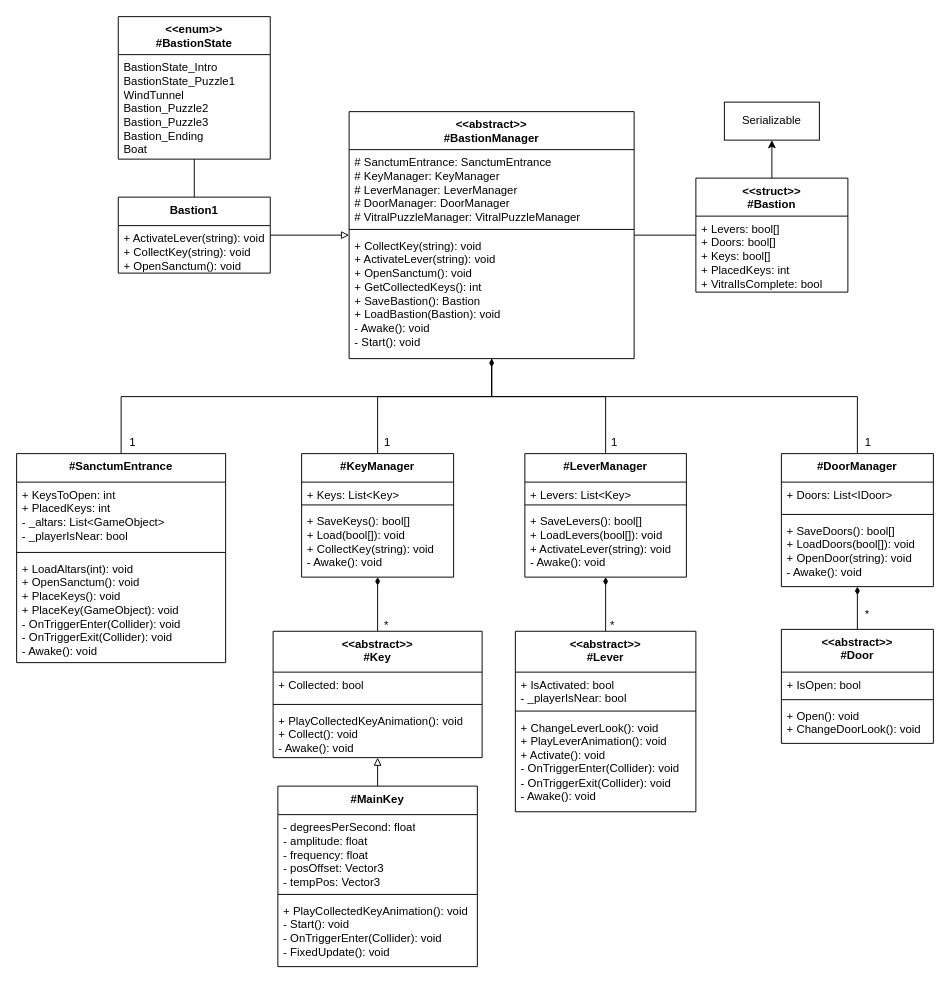
Above: page "Bastion" (2 of 4) of Assets/Scripts/UML - class diagram.drawio in NunoBaptista57/Winds-Of-Berkana (draw.io), before the change. Source tidied: cells renumbered, new cells numbered last; positions are measured from the earlier drawing's top-left corner, leaving out a move shared by most shapes. Both pictures are drawn from the tidied source at 95%, with x=0, y=0 at pixel (16, 16).
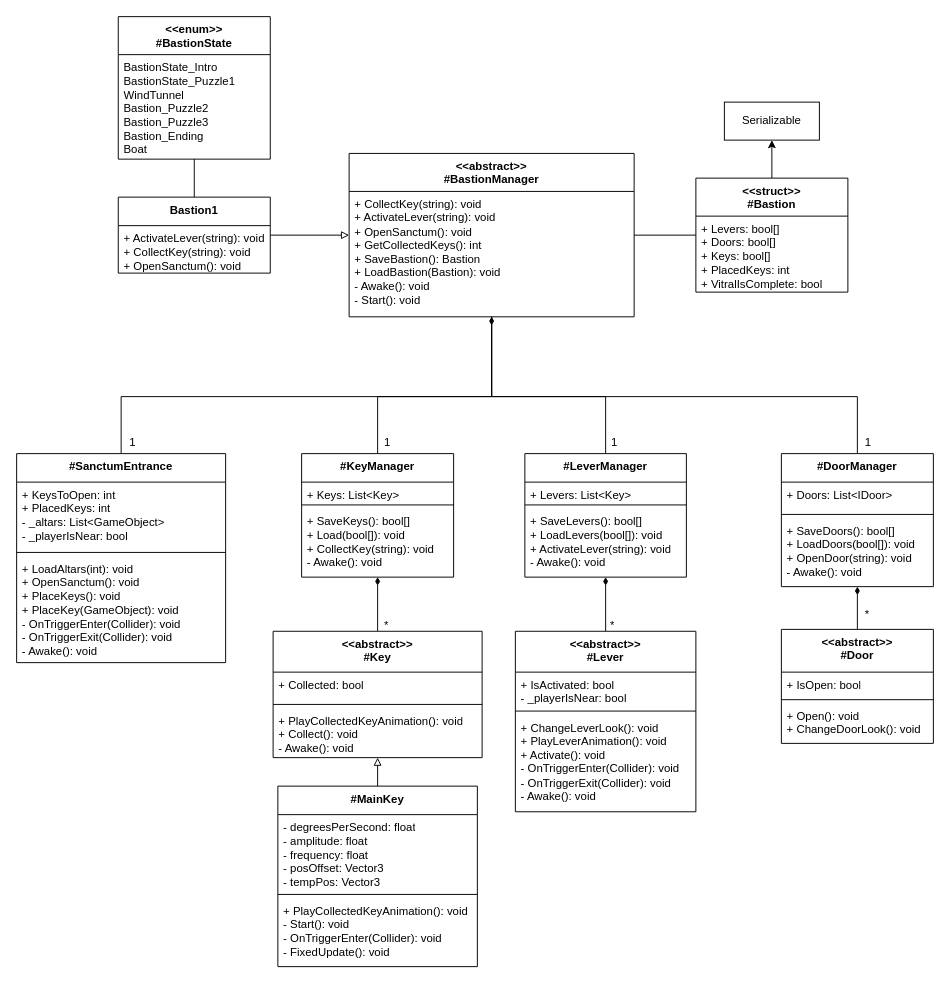
After the change.

What changed in the source:
```diff
@@
     <mxCell id="5" value="&amp;lt;&amp;lt;abstract&amp;gt;&amp;gt;&lt;br&gt;#BastionManager" style="swimlane;fontStyle=1;align=center;verticalAlign=top;horizontal=1;startSize=40;whiteSpace=wrap;html=1;rounded=0;" parent="1" vertex="1">
-      <mxGeometry x="350" y="100" width="300" height="260" as="geometry" />
+      <mxGeometry x="350" y="144" width="300" height="172" as="geometry" />
     </mxCell>
-    <mxCell id="6" value="# SanctumEntrance: SanctumEntrance&lt;br&gt;# KeyManager: KeyManager&lt;br&gt;# LeverManager: LeverManager&lt;br&gt;# DoorManager: DoorManager&lt;br&gt;# VitralPuzzleManager: VitralPuzzleManager" style="text;strokeColor=none;fillColor=none;align=left;verticalAlign=top;spacingLeft=4;spacingRight=4;overflow=hidden;whiteSpace=wrap;html=1;rounded=0;" parent="5" vertex="1">
-      <mxGeometry y="40" width="300" height="80" as="geometry" />
-    </mxCell>
-    <mxCell id="7" style="line;strokeWidth=1;fillColor=none;align=left;verticalAlign=middle;spacingTop=-1;spacingLeft=3;spacingRight=3;labelPosition=right;strokeColor=inherit;rounded=0;" parent="5" vertex="1">
-      <mxGeometry y="120" width="300" height="8" as="geometry" />
-    </mxCell>
     <mxCell id="8" value="+ CollectKey(string): void&lt;br&gt;+ ActivateLever(string): void&lt;br&gt;+ OpenSanctum(): void&lt;br&gt;+ GetCollectedKeys(): int&lt;br&gt;+ SaveBastion(): Bastion&lt;br&gt;+ LoadBastion(Bastion): void&lt;br&gt;- Awake(): void&lt;br&gt;- Start(): void" style="text;strokeColor=none;fillColor=none;align=left;verticalAlign=top;spacingLeft=4;spacingRight=4;overflow=hidden;whiteSpace=wrap;html=1;rounded=0;" parent="5" vertex="1">
-      <mxGeometry y="128" width="300" height="132" as="geometry" />
+      <mxGeometry y="40" width="300" height="132" as="geometry" />
     </mxCell>
```
